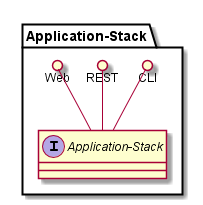
Before: docs/Solution/Application-Stack/Logical.png, a diagram exported from PlantUML (CAADE/fleet).
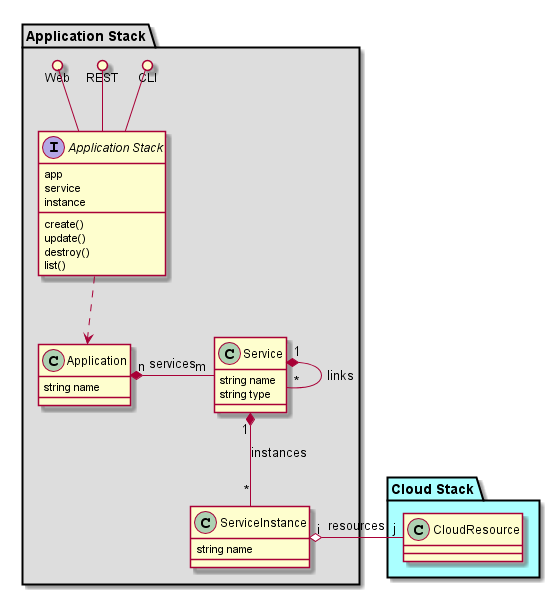
After the change.

Commit message:
Document Application Stack

Diff of the diagram source:
```diff
@@ -1,13 +1,41 @@
 @startuml
 
-package "Application-Stack" {
-    interface "Application-Stack" {
+package "Cloud Stack" #aaffff {
+  class "CloudResource" {
+  }
+}
 
+package "Application Stack" #dddddd {
+    interface "Application Stack" {
+      app
+      service
+      instance
+      create()
+      update()
+      destroy()
+      list()
     }
-    CLI ()-- "Application-Stack"
-    REST ()-- "Application-Stack"
-    Web ()-- "Application-Stack"
+    CLI ()-- "Application Stack"
+    REST ()-- "Application Stack"
+    Web ()-- "Application Stack"
 
+   class Application {
+    string name
+   }
+   class Service {
+    string name
+    string type
+
+   }
+   class ServiceInstance {
+    string name
+   }
+
+   "Application Stack" ..> Application
+   Application "n" *- "m" Service : services
+   Service "1" *-- "*" ServiceInstance : instances
+   Service "1" *- "*" Service : links
+   ServiceInstance "i" o- "j" CloudResource : resources
 }
 
 
```
